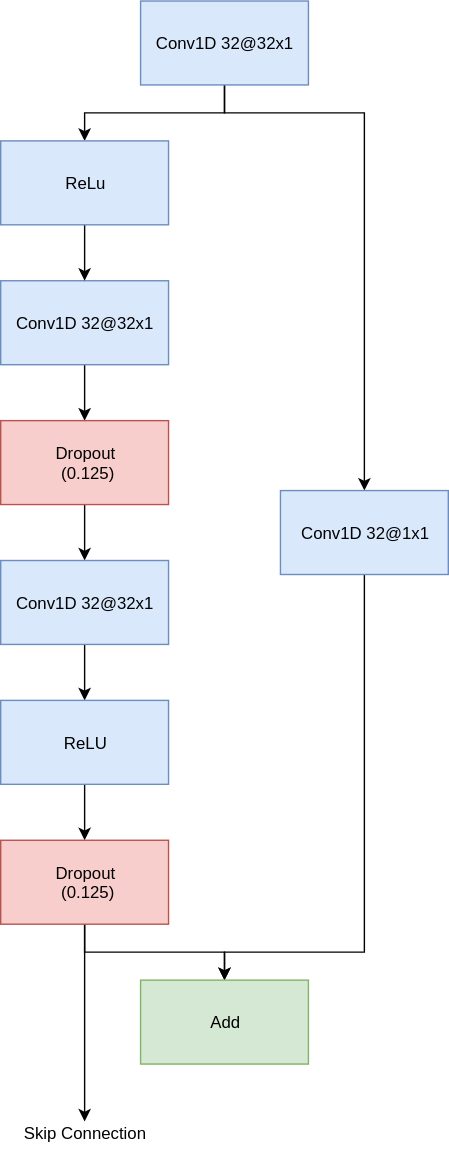
ForceLightning/dtle_presentation keeps this draw.io diagram as images/ADAMWR5_block.svg. Above is the earlier version. Source tidied: cells renumbered, new cells last; positions are measured from the earlier drawing's top-left corner, leaving out a move shared by most shapes. Source of this version:
```xml
<mxGraphModel>
  <root>
    <mxCell id="0" />
    <mxCell id="1" parent="0" />
    <mxCell id="2" style="edgeStyle=orthogonalEdgeStyle;rounded=0;jettySize=auto;html=1;exitX=0.5;exitY=1;exitDx=0;exitDy=0;entryX=0.5;entryY=0;entryDx=0;entryDy=0;" parent="1" edge="1" source="3" target="5">
      <mxGeometry relative="1" as="geometry" />
    </mxCell>
    <mxCell id="3" value="Conv1D 32@32x1" style="rounded=0;whiteSpace=wrap;html=1;shadow=0;comic=0;align=center;fillColor=#dae8fc;strokeColor=#6c8ebf;" parent="1" vertex="1">
      <mxGeometry y="200" width="120" height="60" as="geometry" />
    </mxCell>
    <mxCell id="4" style="edgeStyle=orthogonalEdgeStyle;rounded=0;jettySize=auto;html=1;exitX=0.5;exitY=1;exitDx=0;exitDy=0;entryX=0.5;entryY=0;entryDx=0;entryDy=0;" parent="1" edge="1" source="5" target="7">
      <mxGeometry relative="1" as="geometry" />
    </mxCell>
    <mxCell id="5" value="&lt;div&gt;Dropout&lt;/div&gt;&amp;nbsp;(0.125)" style="rounded=0;whiteSpace=wrap;html=1;shadow=0;comic=0;align=center;fillColor=#f8cecc;strokeColor=#b85450;" parent="1" vertex="1">
      <mxGeometry y="300" width="120" height="60" as="geometry" />
    </mxCell>
    <mxCell id="6" style="edgeStyle=orthogonalEdgeStyle;rounded=0;jettySize=auto;html=1;exitX=0.5;exitY=1;exitDx=0;exitDy=0;entryX=0.5;entryY=0;entryDx=0;entryDy=0;" parent="1" edge="1" source="7" target="9">
      <mxGeometry relative="1" as="geometry" />
    </mxCell>
    <mxCell id="7" value="Conv1D 32@32x1" style="rounded=0;whiteSpace=wrap;html=1;shadow=0;comic=0;align=center;fillColor=#dae8fc;strokeColor=#6c8ebf;" parent="1" vertex="1">
      <mxGeometry y="400" width="120" height="60" as="geometry" />
    </mxCell>
    <mxCell id="8" style="edgeStyle=orthogonalEdgeStyle;rounded=0;jettySize=auto;html=1;exitX=0.5;exitY=1;exitDx=0;exitDy=0;entryX=0.5;entryY=0;entryDx=0;entryDy=0;" parent="1" edge="1" source="9" target="17">
      <mxGeometry relative="1" as="geometry" />
    </mxCell>
    <mxCell id="9" value="ReLU" style="rounded=0;whiteSpace=wrap;html=1;shadow=0;comic=0;align=center;fillColor=#dae8fc;strokeColor=#6c8ebf;" parent="1" vertex="1">
      <mxGeometry y="500" width="120" height="60" as="geometry" />
    </mxCell>
    <mxCell id="10" style="edgeStyle=orthogonalEdgeStyle;rounded=0;jettySize=auto;html=1;exitX=0.5;exitY=1;exitDx=0;exitDy=0;entryX=0.5;entryY=0;entryDx=0;entryDy=0;" parent="1" edge="1" source="12" target="14">
      <mxGeometry relative="1" as="geometry">
        <Array as="points">
          <mxPoint x="160" y="80" />
          <mxPoint x="260" y="80" />
        </Array>
      </mxGeometry>
    </mxCell>
    <mxCell id="11" style="edgeStyle=orthogonalEdgeStyle;rounded=0;jettySize=auto;html=1;exitX=0.5;exitY=1;exitDx=0;exitDy=0;entryX=0.5;entryY=0;entryDx=0;entryDy=0;" parent="1" edge="1" source="12" target="20">
      <mxGeometry relative="1" as="geometry" />
    </mxCell>
    <mxCell id="12" value="Conv1D 32@32x1" style="rounded=0;whiteSpace=wrap;html=1;shadow=0;comic=0;align=center;fillColor=#dae8fc;strokeColor=#6c8ebf;" parent="1" vertex="1">
      <mxGeometry x="100" width="120" height="60" as="geometry" />
    </mxCell>
    <mxCell id="13" style="edgeStyle=orthogonalEdgeStyle;rounded=0;jettySize=auto;html=1;exitX=0.5;exitY=1;exitDx=0;exitDy=0;" parent="1" edge="1" source="14">
      <mxGeometry relative="1" as="geometry">
        <mxPoint x="160" y="700" as="targetPoint" />
        <Array as="points">
          <mxPoint x="260" y="680" />
          <mxPoint x="160" y="680" />
        </Array>
      </mxGeometry>
    </mxCell>
    <mxCell id="14" value="Conv1D 32@1x1" style="rounded=0;whiteSpace=wrap;html=1;shadow=0;comic=0;align=center;fillColor=#dae8fc;strokeColor=#6c8ebf;" parent="1" vertex="1">
      <mxGeometry x="200" y="350" width="120" height="60" as="geometry" />
    </mxCell>
    <mxCell id="15" style="edgeStyle=orthogonalEdgeStyle;rounded=0;jettySize=auto;html=1;exitX=0.5;exitY=1;exitDx=0;exitDy=0;entryX=0.5;entryY=0;entryDx=0;entryDy=0;" parent="1" edge="1" source="17" target="18">
      <mxGeometry relative="1" as="geometry" />
    </mxCell>
    <mxCell id="16" style="edgeStyle=orthogonalEdgeStyle;rounded=0;jettySize=auto;html=1;exitX=0.5;exitY=1;exitDx=0;exitDy=0;entryX=0.5;entryY=0.05;entryDx=0;entryDy=0;entryPerimeter=0;" parent="1" edge="1" source="17" target="21">
      <mxGeometry relative="1" as="geometry" />
    </mxCell>
    <mxCell id="17" value="&lt;div&gt;Dropout&lt;/div&gt;&amp;nbsp;(0.125)" style="rounded=0;whiteSpace=wrap;html=1;shadow=0;comic=0;align=center;fillColor=#f8cecc;strokeColor=#b85450;" parent="1" vertex="1">
      <mxGeometry y="600" width="120" height="60" as="geometry" />
    </mxCell>
    <mxCell id="18" value="Add" style="rounded=0;whiteSpace=wrap;html=1;shadow=0;comic=0;align=center;fillColor=#d5e8d4;strokeColor=#82b366;" parent="1" vertex="1">
      <mxGeometry x="100" y="700" width="120" height="60" as="geometry" />
    </mxCell>
    <mxCell id="19" style="edgeStyle=orthogonalEdgeStyle;rounded=0;jettySize=auto;html=1;exitX=0.5;exitY=1;exitDx=0;exitDy=0;" parent="1" edge="1" source="20" target="3">
      <mxGeometry relative="1" as="geometry" />
    </mxCell>
    <mxCell id="20" value="ReLu" style="rounded=0;whiteSpace=wrap;html=1;shadow=0;comic=0;align=center;fillColor=#dae8fc;strokeColor=#6c8ebf;" parent="1" vertex="1">
      <mxGeometry y="100" width="120" height="60" as="geometry" />
    </mxCell>
    <mxCell id="21" value="Skip Connection" style="text;html=1;points=[];align=center;verticalAlign=top;spacingTop=-4;" parent="1" vertex="1">
      <mxGeometry x="10" y="800" width="100" height="20" as="geometry" />
    </mxCell>
  </root>
</mxGraphModel>
```
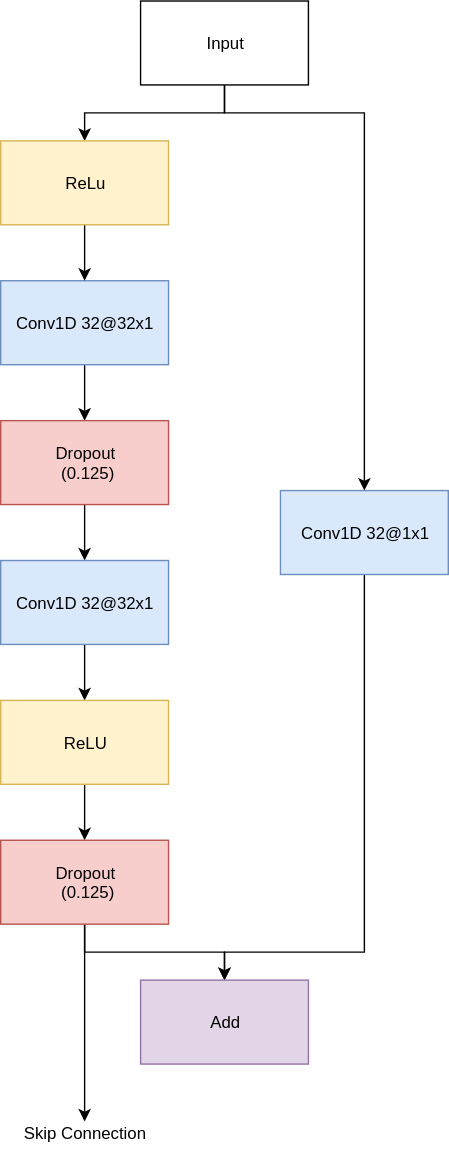
After the change.

Diff of the diagram source:
```diff
@@ -23,7 +23,7 @@
     <mxCell id="8" style="edgeStyle=orthogonalEdgeStyle;rounded=0;jettySize=auto;html=1;exitX=0.5;exitY=1;exitDx=0;exitDy=0;entryX=0.5;entryY=0;entryDx=0;entryDy=0;" parent="1" edge="1" source="9" target="17">
       <mxGeometry relative="1" as="geometry" />
     </mxCell>
-    <mxCell id="9" value="ReLU" style="rounded=0;whiteSpace=wrap;html=1;shadow=0;comic=0;align=center;fillColor=#dae8fc;strokeColor=#6c8ebf;" parent="1" vertex="1">
+    <mxCell id="9" value="ReLU" style="rounded=0;whiteSpace=wrap;html=1;shadow=0;comic=0;align=center;fillColor=#fff2cc;strokeColor=#d6b656;" parent="1" vertex="1">
       <mxGeometry y="500" width="120" height="60" as="geometry" />
     </mxCell>
     <mxCell id="10" style="edgeStyle=orthogonalEdgeStyle;rounded=0;jettySize=auto;html=1;exitX=0.5;exitY=1;exitDx=0;exitDy=0;entryX=0.5;entryY=0;entryDx=0;entryDy=0;" parent="1" edge="1" source="12" target="14">
@@ -37,7 +37,7 @@
     <mxCell id="11" style="edgeStyle=orthogonalEdgeStyle;rounded=0;jettySize=auto;html=1;exitX=0.5;exitY=1;exitDx=0;exitDy=0;entryX=0.5;entryY=0;entryDx=0;entryDy=0;" parent="1" edge="1" source="12" target="20">
       <mxGeometry relative="1" as="geometry" />
     </mxCell>
-    <mxCell id="12" value="Conv1D 32@32x1" style="rounded=0;whiteSpace=wrap;html=1;shadow=0;comic=0;align=center;fillColor=#dae8fc;strokeColor=#6c8ebf;" parent="1" vertex="1">
+    <mxCell id="12" value="Input" style="rounded=0;whiteSpace=wrap;html=1;shadow=0;comic=0;align=center;" parent="1" vertex="1">
       <mxGeometry x="100" width="120" height="60" as="geometry" />
     </mxCell>
     <mxCell id="13" style="edgeStyle=orthogonalEdgeStyle;rounded=0;jettySize=auto;html=1;exitX=0.5;exitY=1;exitDx=0;exitDy=0;" parent="1" edge="1" source="14">
@@ -61,13 +61,13 @@
     <mxCell id="17" value="&lt;div&gt;Dropout&lt;/div&gt;&amp;nbsp;(0.125)" style="rounded=0;whiteSpace=wrap;html=1;shadow=0;comic=0;align=center;fillColor=#f8cecc;strokeColor=#b85450;" parent="1" vertex="1">
       <mxGeometry y="600" width="120" height="60" as="geometry" />
     </mxCell>
-    <mxCell id="18" value="Add" style="rounded=0;whiteSpace=wrap;html=1;shadow=0;comic=0;align=center;fillColor=#d5e8d4;strokeColor=#82b366;" parent="1" vertex="1">
+    <mxCell id="18" value="Add" style="rounded=0;whiteSpace=wrap;html=1;shadow=0;comic=0;align=center;fillColor=#e1d5e7;strokeColor=#9673a6;" parent="1" vertex="1">
       <mxGeometry x="100" y="700" width="120" height="60" as="geometry" />
     </mxCell>
     <mxCell id="19" style="edgeStyle=orthogonalEdgeStyle;rounded=0;jettySize=auto;html=1;exitX=0.5;exitY=1;exitDx=0;exitDy=0;" parent="1" edge="1" source="20" target="3">
       <mxGeometry relative="1" as="geometry" />
     </mxCell>
-    <mxCell id="20" value="ReLu" style="rounded=0;whiteSpace=wrap;html=1;shadow=0;comic=0;align=center;fillColor=#dae8fc;strokeColor=#6c8ebf;" parent="1" vertex="1">
+    <mxCell id="20" value="ReLu" style="rounded=0;whiteSpace=wrap;html=1;shadow=0;comic=0;align=center;fillColor=#fff2cc;strokeColor=#d6b656;" parent="1" vertex="1">
       <mxGeometry y="100" width="120" height="60" as="geometry" />
     </mxCell>
     <mxCell id="21" value="Skip Connection" style="text;html=1;points=[];align=center;verticalAlign=top;spacingTop=-4;" parent="1" vertex="1">
```
